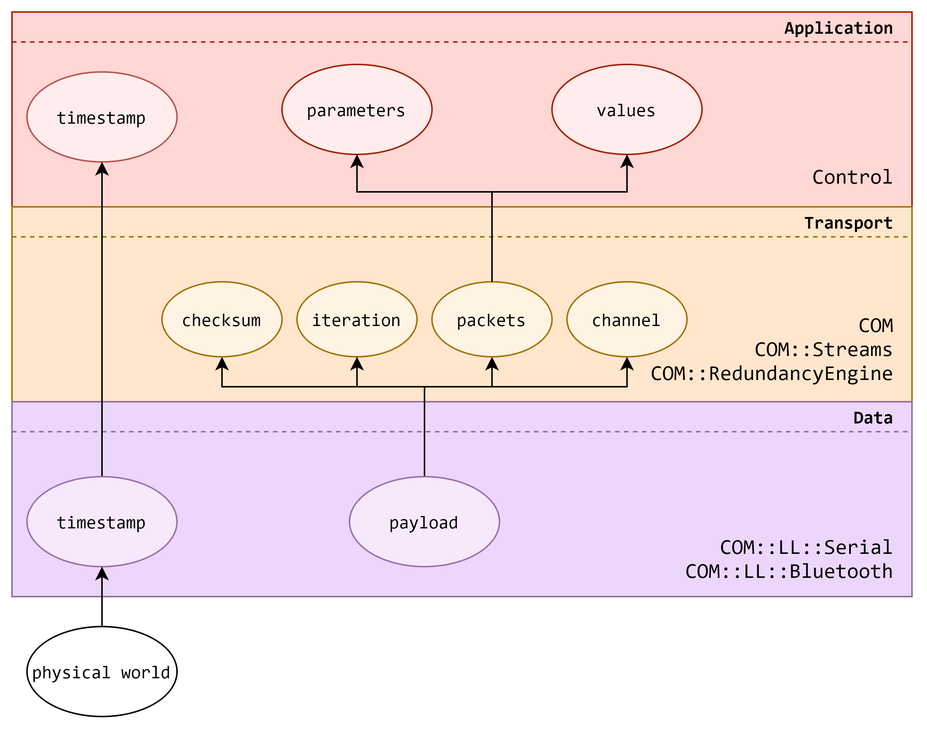
Before: Proj/Iterations/1/Design/Navigation-Subsystem/Architectural-Overview/software-stack/com-stack/com-stack.png, a diagram exported from draw.io (LPI2-DreamTeam/rfcar). Source tidied: cells renumbered, new cells last; positions are measured from the earlier drawing's top-left corner, leaving out a move shared by most shapes.
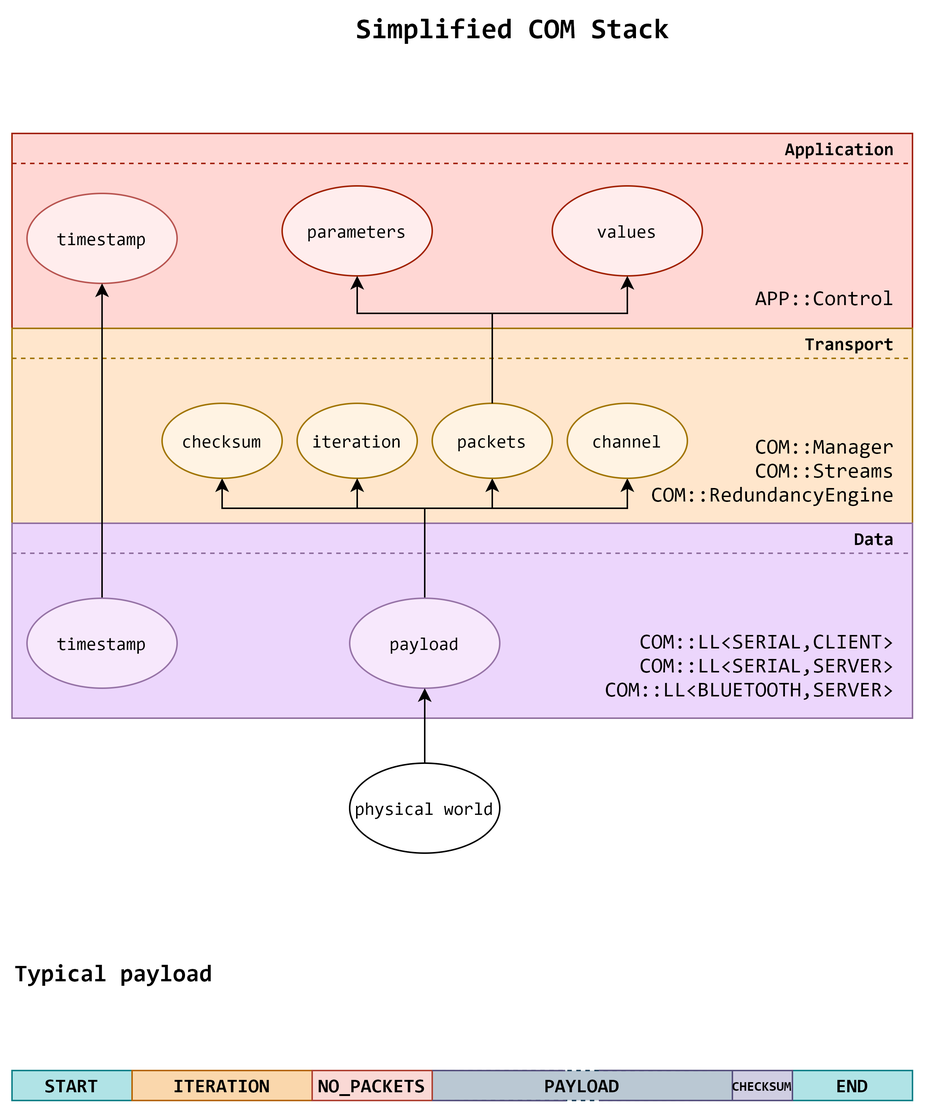
Later version of the same file.

Commit message:
ADD: Added COM package diagram and updated stack diagrams

Change to the diagram source:
```diff
@@ -2,6 +2,9 @@
   <root>
     <mxCell id="0" />
     <mxCell id="1" parent="0" />
+    <mxCell id="35" value="PAYLOAD" style="rounded=0;whiteSpace=wrap;html=1;strokeColor=#23445d;fillColor=#bac8d3;fontFamily=Consolas;fontSize=13;align=center;fontStyle=1;dashed=1;" parent="1" vertex="1">
+      <mxGeometry x="280" y="625" width="200" height="20" as="geometry" />
+    </mxCell>
     <mxCell id="2" style="rounded=0;whiteSpace=wrap;html=1;fontFamily=Consolas;fontSize=14;align=right;fillColor=#FFD7D4;strokeColor=#A12102;" parent="1" vertex="1">
       <mxGeometry width="600" height="130" as="geometry" />
     </mxCell>
@@ -20,7 +23,7 @@
     <mxCell id="6" value="timestamp" style="ellipse;whiteSpace=wrap;html=1;fontFamily=Consolas;strokeColor=#b85450;fillColor=#FFEDED;" parent="1" vertex="1">
       <mxGeometry x="10" y="40" width="100" height="60" as="geometry" />
     </mxCell>
-    <mxCell id="7" value="Control" style="text;html=1;strokeColor=none;fillColor=none;align=right;verticalAlign=middle;whiteSpace=wrap;rounded=0;fontFamily=Consolas;fontSize=14;" parent="1" vertex="1">
+    <mxCell id="7" value="APP::Control" style="text;html=1;strokeColor=none;fillColor=none;align=right;verticalAlign=middle;whiteSpace=wrap;rounded=0;fontFamily=Consolas;fontSize=14;" parent="1" vertex="1">
       <mxGeometry x="510" y="100" width="80" height="20" as="geometry" />
     </mxCell>
     <mxCell id="8" style="endArrow=none;dashed=1;html=1;fontFamily=Consolas;fillColor=#f8cecc;strokeColor=#A12102;" parent="1" edge="1">
@@ -50,7 +53,7 @@
     <mxCell id="13" value="Transport" style="text;html=1;strokeColor=none;fillColor=none;align=right;verticalAlign=middle;whiteSpace=wrap;rounded=0;fontFamily=Consolas;fontStyle=1;" parent="1" vertex="1">
       <mxGeometry x="550" y="130" width="40" height="20" as="geometry" />
     </mxCell>
-    <mxCell id="14" value="COM&lt;br&gt;COM::Streams&lt;br&gt;COM::RedundancyEngine" style="text;html=1;strokeColor=none;fillColor=none;align=right;verticalAlign=middle;whiteSpace=wrap;rounded=0;fontFamily=Consolas;fontSize=14;" parent="1" vertex="1">
+    <mxCell id="14" value="COM::Manager&lt;br&gt;COM::Streams&lt;br&gt;COM::RedundancyEngine" style="text;html=1;strokeColor=none;fillColor=none;align=right;verticalAlign=middle;whiteSpace=wrap;rounded=0;fontFamily=Consolas;fontSize=14;" parent="1" vertex="1">
       <mxGeometry x="450" y="200" width="140" height="50" as="geometry" />
     </mxCell>
     <mxCell id="15" value="iteration" style="ellipse;whiteSpace=wrap;html=1;fontFamily=Consolas;fillColor=#FFF3E3;strokeColor=#A17400;" parent="1" vertex="1">
@@ -109,6 +112,9 @@
     <mxCell id="24" value="Data" style="text;html=1;strokeColor=none;fillColor=none;align=right;verticalAlign=middle;whiteSpace=wrap;rounded=0;fontFamily=Consolas;fontStyle=1;" parent="1" vertex="1">
       <mxGeometry x="550" y="260" width="40" height="20" as="geometry" />
     </mxCell>
+    <mxCell id="36" value="Simplified COM Stack" style="text;html=1;strokeColor=none;fillColor=none;align=center;verticalAlign=middle;whiteSpace=wrap;rounded=0;fontFamily=Consolas;fontSize=19;fontStyle=1;" parent="1" vertex="1">
+      <mxGeometry x="218" y="-80" width="232" height="20" as="geometry" />
+    </mxCell>
     <mxCell id="25" value="packets" style="ellipse;whiteSpace=wrap;html=1;fontFamily=Consolas;fillColor=#FFF3E3;strokeColor=#A17400;" parent="1" vertex="1">
       <mxGeometry x="280" y="180" width="80" height="50" as="geometry" />
     </mxCell>
@@ -131,8 +137,8 @@
     <mxCell id="28" value="channel" style="ellipse;whiteSpace=wrap;html=1;fontFamily=Consolas;fillColor=#FFF3E3;strokeColor=#A17400;" parent="1" vertex="1">
       <mxGeometry x="370" y="180" width="80" height="50" as="geometry" />
     </mxCell>
-    <mxCell id="29" value="COM::LL::Serial&lt;br&gt;COM::LL::Bluetooth" style="text;html=1;strokeColor=none;fillColor=none;align=right;verticalAlign=middle;whiteSpace=wrap;rounded=0;fontFamily=Consolas;fontSize=14;" parent="1" vertex="1">
-      <mxGeometry x="450" y="340" width="140" height="50" as="geometry" />
+    <mxCell id="29" value="COM::LL&amp;lt;SERIAL,CLIENT&amp;gt;&lt;br&gt;COM::LL&amp;lt;SERIAL,SERVER&amp;gt;&lt;br&gt;COM::LL&amp;lt;BLUETOOTH,SERVER&amp;gt;" style="text;html=1;strokeColor=none;fillColor=none;align=right;verticalAlign=middle;whiteSpace=wrap;rounded=0;fontFamily=Consolas;fontSize=14;" parent="1" vertex="1">
+      <mxGeometry x="380" y="330" width="210" height="50" as="geometry" />
     </mxCell>
     <mxCell id="30" style="edgeStyle=orthogonalEdgeStyle;rounded=0;jettySize=auto;html=1;exitX=0.5;exitY=0;exitDx=0;exitDy=0;entryX=0.5;entryY=1;entryDx=0;entryDy=0;fontSize=8;" parent="1" edge="1" source="31" target="6">
       <mxGeometry relative="1" as="geometry" />
@@ -140,14 +146,44 @@
     <mxCell id="31" value="timestamp" style="ellipse;whiteSpace=wrap;html=1;fontFamily=Consolas;strokeColor=#9673a6;fillColor=#F7E8FC;" parent="1" vertex="1">
       <mxGeometry x="10" y="310" width="100" height="60" as="geometry" />
     </mxCell>
+    <mxCell id="37" value="Typical payload" style="text;html=1;strokeColor=none;fillColor=none;align=left;verticalAlign=middle;whiteSpace=wrap;rounded=0;fontFamily=Consolas;fontStyle=1;fontSize=16;" parent="1" vertex="1">
+      <mxGeometry y="550" width="150" height="20" as="geometry" />
+    </mxCell>
+    <mxCell id="38" value="START" style="rounded=0;whiteSpace=wrap;html=1;strokeColor=#0e8088;fillColor=#b0e3e6;fontFamily=Consolas;fontSize=13;align=center;fontStyle=1;" parent="1" vertex="1">
+      <mxGeometry y="625" width="80" height="20" as="geometry" />
+    </mxCell>
+    <mxCell id="39" value="END" style="rounded=0;whiteSpace=wrap;html=1;strokeColor=#0e8088;fillColor=#b0e3e6;fontFamily=Consolas;fontSize=13;align=center;fontStyle=1;" parent="1" vertex="1">
+      <mxGeometry x="520" y="625" width="80" height="20" as="geometry" />
+    </mxCell>
+    <mxCell id="40" value="ITERATION" style="rounded=0;whiteSpace=wrap;html=1;strokeColor=#b46504;fillColor=#fad7ac;fontFamily=Consolas;fontSize=13;align=center;fontStyle=1;" parent="1" vertex="1">
+      <mxGeometry x="80" y="625" width="120" height="20" as="geometry" />
+    </mxCell>
+    <mxCell id="41" value="NO_PACKETS" style="rounded=0;whiteSpace=wrap;html=1;strokeColor=#ae4132;fillColor=#fad9d5;fontFamily=Consolas;fontSize=13;align=center;fontStyle=1;" parent="1" vertex="1">
+      <mxGeometry x="200" y="625" width="80" height="20" as="geometry" />
+    </mxCell>
+    <mxCell id="42" style="endArrow=none;html=1;fontFamily=Consolas;fontSize=13;strokeColor=#56517E;exitX=1;exitY=1;exitDx=0;exitDy=0;entryX=0.446;entryY=1.005;entryDx=0;entryDy=0;entryPerimeter=0;" parent="1" edge="1" source="41" target="35">
+      <mxGeometry relative="1" as="geometry" />
+    </mxCell>
+    <mxCell id="43" style="endArrow=none;html=1;fontFamily=Consolas;fontSize=13;strokeColor=#56517E;exitX=0;exitY=0;exitDx=0;exitDy=0;entryX=0.555;entryY=-0.003;entryDx=0;entryDy=0;entryPerimeter=0;" parent="1" edge="1" source="46" target="35">
+      <mxGeometry relative="1" as="geometry" />
+    </mxCell>
+    <mxCell id="44" style="endArrow=none;html=1;fontFamily=Consolas;fontSize=13;strokeColor=#56517E;exitX=0;exitY=1;exitDx=0;exitDy=0;entryX=0.555;entryY=0.999;entryDx=0;entryDy=0;entryPerimeter=0;" parent="1" edge="1" source="46" target="35">
+      <mxGeometry relative="1" as="geometry" />
+    </mxCell>
+    <mxCell id="45" style="endArrow=none;html=1;fontFamily=Consolas;fontSize=13;strokeColor=#56517E;entryX=1;entryY=0;entryDx=0;entryDy=0;exitX=0.443;exitY=0.003;exitDx=0;exitDy=0;exitPerimeter=0;" parent="1" edge="1" source="35" target="41">
+      <mxGeometry relative="1" as="geometry" />
+    </mxCell>
+    <mxCell id="46" value="CHECKSUM" style="rounded=0;whiteSpace=wrap;html=1;strokeColor=#56517e;fillColor=#d0cee2;fontFamily=Consolas;fontSize=9;align=center;fontStyle=1;" parent="1" vertex="1">
+      <mxGeometry x="480" y="625" width="40" height="20" as="geometry" />
+    </mxCell>
     <mxCell id="32" value="checksum" style="ellipse;whiteSpace=wrap;html=1;fontFamily=Consolas;fillColor=#FFF3E3;strokeColor=#A17400;" parent="1" vertex="1">
       <mxGeometry x="100" y="180" width="80" height="50" as="geometry" />
     </mxCell>
-    <mxCell id="33" style="edgeStyle=orthogonalEdgeStyle;rounded=0;jettySize=auto;html=1;entryX=0.5;entryY=1;entryDx=0;entryDy=0;fontSize=8;" parent="1" edge="1" source="34" target="31">
+    <mxCell id="33" style="edgeStyle=orthogonalEdgeStyle;rounded=0;jettySize=auto;html=1;entryX=0.5;entryY=1;entryDx=0;entryDy=0;fontSize=8;" parent="1" edge="1" source="34" target="21">
       <mxGeometry relative="1" as="geometry" />
     </mxCell>
     <mxCell id="34" value="physical world" style="ellipse;whiteSpace=wrap;html=1;fontFamily=Consolas;" parent="1" vertex="1">
-      <mxGeometry x="10" y="410" width="100" height="60" as="geometry" />
+      <mxGeometry x="225" y="420" width="100" height="60" as="geometry" />
     </mxCell>
   </root>
 </mxGraphModel>
```
